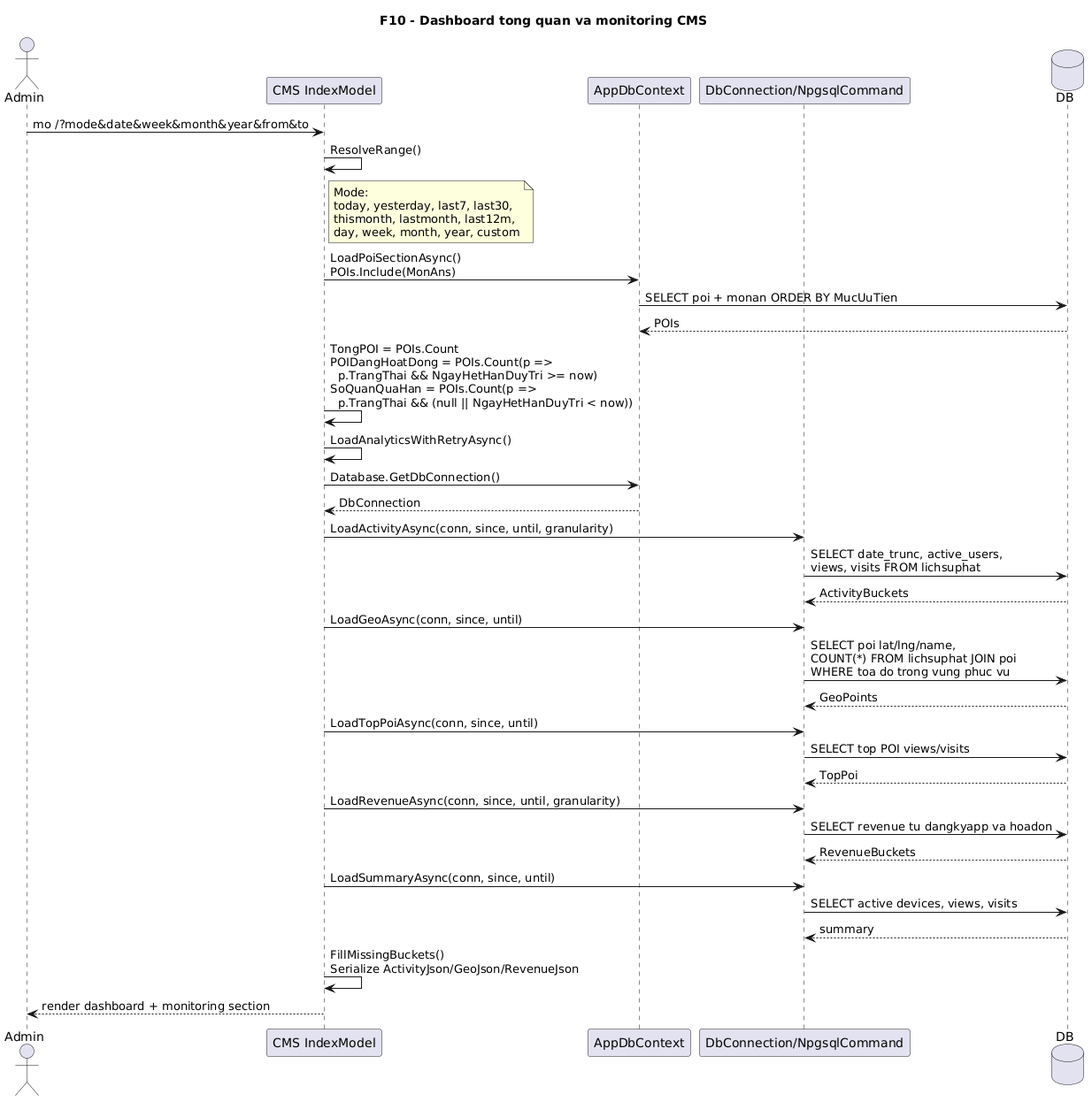
Above: docs/diagrams/png/10-dashboard-sequence.png in VoBao182/PhoAmThuc (PlantUML), before the change. Its diagram source:
```plantuml
@startuml
title F10 - Dashboard tong quan va monitoring CMS

actor Admin
participant "CMS IndexModel" as IndexModel
participant AppDbContext
participant "DbConnection/NpgsqlCommand" as Npgsql
database DB

Admin -> IndexModel: mo /?mode&date&week&month&year&from&to
IndexModel -> IndexModel: ResolveRange()
note right of IndexModel
  Mode:
  today, yesterday, last7, last30,
  thismonth, lastmonth, last12m,
  day, week, month, year, custom
end note

IndexModel -> AppDbContext: LoadPoiSectionAsync()\nPOIs.Include(MonAns)
AppDbContext -> DB: SELECT poi + monan ORDER BY MucUuTien
DB --> AppDbContext: POIs
IndexModel -> IndexModel: TongPOI = POIs.Count\nPOIDangHoatDong = POIs.Count(p =>\n  p.TrangThai && NgayHetHanDuyTri >= now)\nSoQuanQuaHan = POIs.Count(p =>\n  p.TrangThai && (null || NgayHetHanDuyTri < now))

IndexModel -> IndexModel: LoadAnalyticsWithRetryAsync()
IndexModel -> AppDbContext: Database.GetDbConnection()
AppDbContext --> IndexModel: DbConnection
IndexModel -> Npgsql: LoadActivityAsync(conn, since, until, granularity)
Npgsql -> DB: SELECT date_trunc, active_users,\nviews, visits FROM lichsuphat
DB --> Npgsql: ActivityBuckets

IndexModel -> Npgsql: LoadGeoAsync(conn, since, until)
Npgsql -> DB: SELECT poi lat/lng/name,\nCOUNT(*) FROM lichsuphat JOIN poi\nWHERE toa do trong vung phuc vu
DB --> Npgsql: GeoPoints

IndexModel -> Npgsql: LoadTopPoiAsync(conn, since, until)
Npgsql -> DB: SELECT top POI views/visits
DB --> Npgsql: TopPoi

IndexModel -> Npgsql: LoadRevenueAsync(conn, since, until, granularity)
Npgsql -> DB: SELECT revenue tu dangkyapp va hoadon
DB --> Npgsql: RevenueBuckets

IndexModel -> Npgsql: LoadSummaryAsync(conn, since, until)
Npgsql -> DB: SELECT active devices, views, visits
DB --> Npgsql: summary

IndexModel -> IndexModel: FillMissingBuckets()\nSerialize ActivityJson/GeoJson/RevenueJson
IndexModel --> Admin: render dashboard + monitoring section
@enduml
```
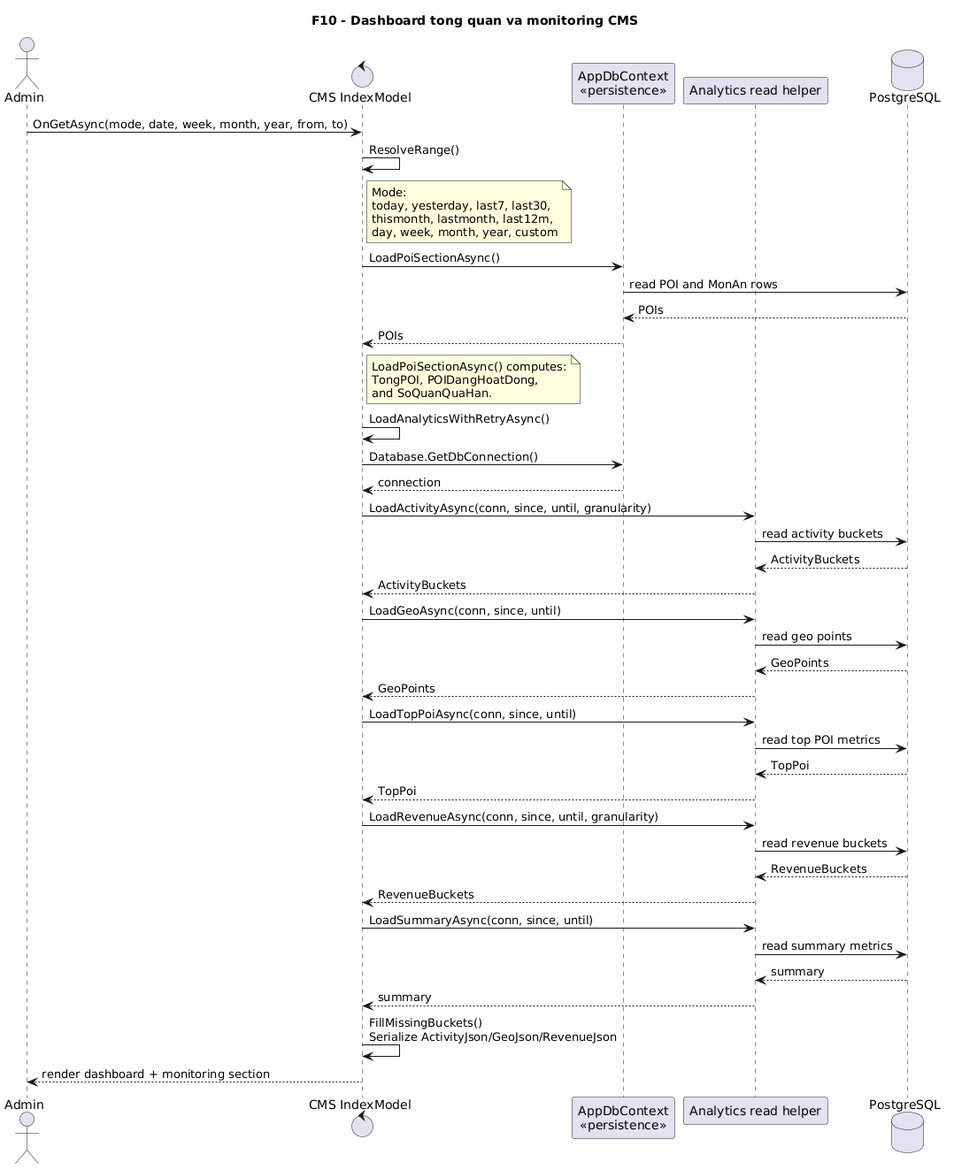
Later version of the same file.

Change to the diagram source:
```diff
@@ -2,12 +2,12 @@
 title F10 - Dashboard tong quan va monitoring CMS
 
 actor Admin
-participant "CMS IndexModel" as IndexModel
-participant AppDbContext
-participant "DbConnection/NpgsqlCommand" as Npgsql
-database DB
+control "CMS IndexModel" as IndexModel
+participant "AppDbContext\n<<persistence>>" as DbContext
+participant "Analytics read helper" as AnalyticsRead
+database "PostgreSQL" as DB
 
-Admin -> IndexModel: mo /?mode&date&week&month&year&from&to
+Admin -> IndexModel: OnGetAsync(mode, date, week, month, year, from, to)
 IndexModel -> IndexModel: ResolveRange()
 note right of IndexModel
   Mode:
@@ -16,33 +16,43 @@
   day, week, month, year, custom
 end note
 
-IndexModel -> AppDbContext: LoadPoiSectionAsync()\nPOIs.Include(MonAns)
-AppDbContext -> DB: SELECT poi + monan ORDER BY MucUuTien
-DB --> AppDbContext: POIs
-IndexModel -> IndexModel: TongPOI = POIs.Count\nPOIDangHoatDong = POIs.Count(p =>\n  p.TrangThai && NgayHetHanDuyTri >= now)\nSoQuanQuaHan = POIs.Count(p =>\n  p.TrangThai && (null || NgayHetHanDuyTri < now))
+IndexModel -> DbContext: LoadPoiSectionAsync()
+DbContext -> DB: read POI and MonAn rows
+DB --> DbContext: POIs
+DbContext --> IndexModel: POIs
+note right of IndexModel
+  LoadPoiSectionAsync() computes:
+  TongPOI, POIDangHoatDong,
+  and SoQuanQuaHan.
+end note
 
 IndexModel -> IndexModel: LoadAnalyticsWithRetryAsync()
-IndexModel -> AppDbContext: Database.GetDbConnection()
-AppDbContext --> IndexModel: DbConnection
-IndexModel -> Npgsql: LoadActivityAsync(conn, since, until, granularity)
-Npgsql -> DB: SELECT date_trunc, active_users,\nviews, visits FROM lichsuphat
-DB --> Npgsql: ActivityBuckets
+IndexModel -> DbContext: Database.GetDbConnection()
+DbContext --> IndexModel: connection
+IndexModel -> AnalyticsRead: LoadActivityAsync(conn, since, until, granularity)
+AnalyticsRead -> DB: read activity buckets
+DB --> AnalyticsRead: ActivityBuckets
+AnalyticsRead --> IndexModel: ActivityBuckets
 
-IndexModel -> Npgsql: LoadGeoAsync(conn, since, until)
-Npgsql -> DB: SELECT poi lat/lng/name,\nCOUNT(*) FROM lichsuphat JOIN poi\nWHERE toa do trong vung phuc vu
-DB --> Npgsql: GeoPoints
+IndexModel -> AnalyticsRead: LoadGeoAsync(conn, since, until)
+AnalyticsRead -> DB: read geo points
+DB --> AnalyticsRead: GeoPoints
+AnalyticsRead --> IndexModel: GeoPoints
 
-IndexModel -> Npgsql: LoadTopPoiAsync(conn, since, until)
-Npgsql -> DB: SELECT top POI views/visits
-DB --> Npgsql: TopPoi
+IndexModel -> AnalyticsRead: LoadTopPoiAsync(conn, since, until)
+AnalyticsRead -> DB: read top POI metrics
+DB --> AnalyticsRead: TopPoi
+AnalyticsRead --> IndexModel: TopPoi
 
-IndexModel -> Npgsql: LoadRevenueAsync(conn, since, until, granularity)
-Npgsql -> DB: SELECT revenue tu dangkyapp va hoadon
-DB --> Npgsql: RevenueBuckets
+IndexModel -> AnalyticsRead: LoadRevenueAsync(conn, since, until, granularity)
+AnalyticsRead -> DB: read revenue buckets
+DB --> AnalyticsRead: RevenueBuckets
+AnalyticsRead --> IndexModel: RevenueBuckets
 
-IndexModel -> Npgsql: LoadSummaryAsync(conn, since, until)
-Npgsql -> DB: SELECT active devices, views, visits
-DB --> Npgsql: summary
+IndexModel -> AnalyticsRead: LoadSummaryAsync(conn, since, until)
+AnalyticsRead -> DB: read summary metrics
+DB --> AnalyticsRead: summary
+AnalyticsRead --> IndexModel: summary
 
 IndexModel -> IndexModel: FillMissingBuckets()\nSerialize ActivityJson/GeoJson/RevenueJson
 IndexModel --> Admin: render dashboard + monitoring section
```
